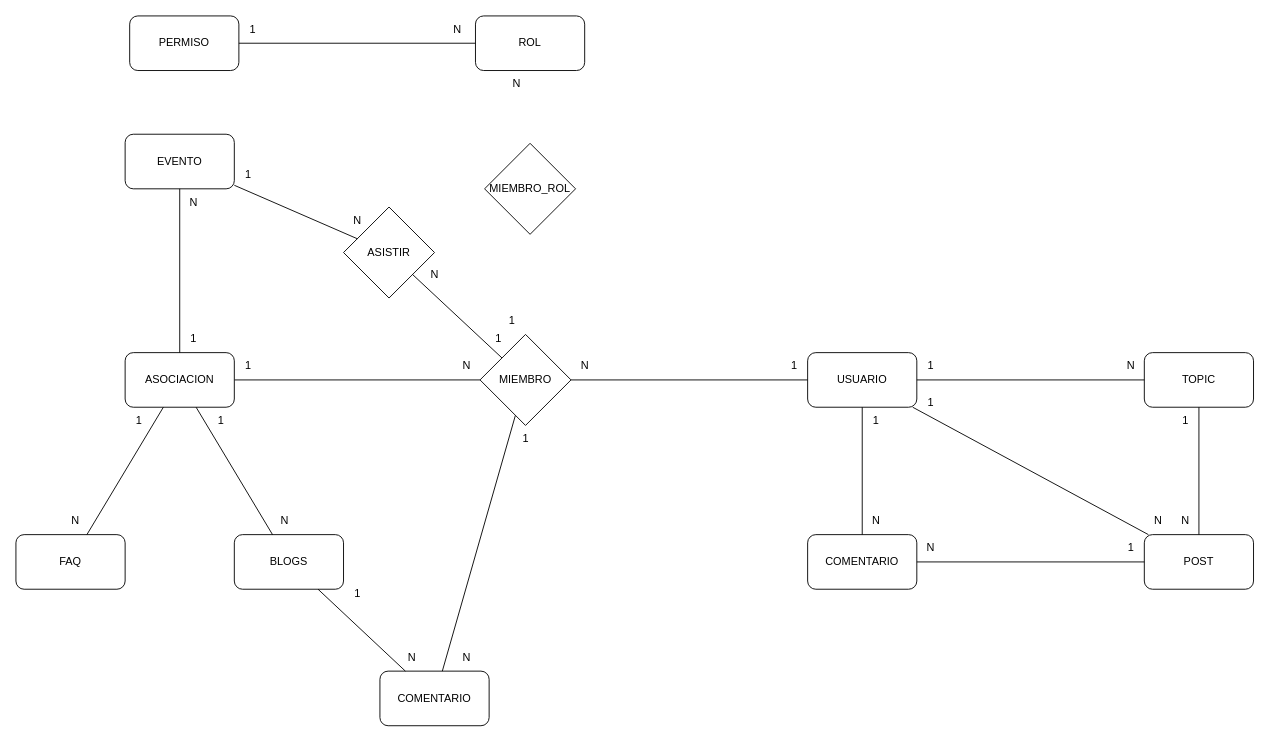
The draw.io diagram Base de Datos.drawio in NoeOrgaGutierrez/careconnect-back, before the edit. Source tidied: cells renumbered, new cells numbered last; positions are measured from the earlier drawing's top-left corner, leaving out a move shared by most shapes. Both pictures are drawn from the tidied source at 91%, with x=0, y=0 at pixel (15, 15).
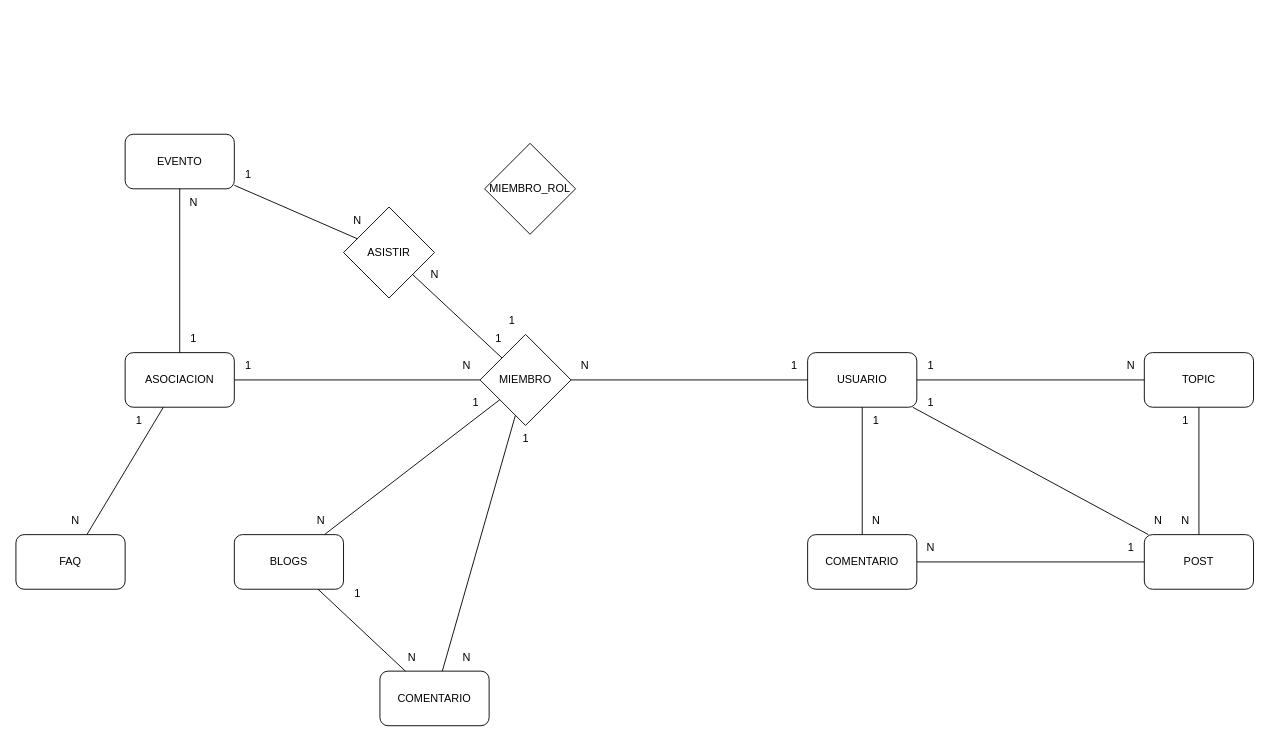
The same diagram, later.

Unchanged cells that the change refers to:
```xml
<mxCell id="3" value="ASOCIACION" style="rounded=1;whiteSpace=wrap;html=1;" parent="1" vertex="1">
  <mxGeometry x="120" y="370" width="120" height="60" as="geometry" />
</mxCell>
<mxCell id="6" value="BLOGS" style="rounded=1;whiteSpace=wrap;html=1;" parent="1" vertex="1">
  <mxGeometry x="240" y="570" width="120" height="60" as="geometry" />
</mxCell>
<mxCell id="54" value="MIEMBRO" style="rhombus;whiteSpace=wrap;html=1;" parent="1" vertex="1">
  <mxGeometry x="510" y="350" width="100" height="100" as="geometry" />
</mxCell>
```

The edit, as a diff of the source:
```diff
@@
-    <mxCell id="12" style="rounded=0;jettySize=auto;html=1;endArrow=none;endFill=0;" parent="1" edge="1" source="3" target="6">
-      <mxGeometry relative="1" as="geometry" />
-    </mxCell>
@@
-    <mxCell id="14" value="1" style="text;html=1;align=center;verticalAlign=middle;strokeColor=none;fillColor=none;" parent="1" vertex="1">
-      <mxGeometry x="210" y="430" width="30" height="30" as="geometry" />
-    </mxCell>
@@
-    <mxCell id="16" value="N" style="text;html=1;align=center;verticalAlign=middle;strokeColor=none;fillColor=none;" parent="1" vertex="1">
-      <mxGeometry x="280" y="540" width="30" height="30" as="geometry" />
-    </mxCell>
@@
-    <mxCell id="18" value="ROL" style="rounded=1;whiteSpace=wrap;html=1;" parent="1" vertex="1">
-      <mxGeometry x="505" width="120" height="60" as="geometry" />
-    </mxCell>
-    <mxCell id="19" value="PERMISO" style="rounded=1;whiteSpace=wrap;html=1;" parent="1" vertex="1">
-      <mxGeometry x="125" width="120" height="60" as="geometry" />
-    </mxCell>
@@
-    <mxCell id="45" style="rounded=0;jettySize=auto;html=1;endArrow=none;endFill=0;" parent="1" edge="1" source="18" target="19">
-      <mxGeometry relative="1" as="geometry" />
-    </mxCell>
@@
-    <mxCell id="47" value="N" style="text;html=1;align=center;verticalAlign=middle;strokeColor=none;fillColor=none;" parent="1" vertex="1">
-      <mxGeometry x="535" y="60" width="30" height="30" as="geometry" />
-    </mxCell>
-    <mxCell id="48" value="1" style="text;html=1;align=center;verticalAlign=middle;strokeColor=none;fillColor=none;" parent="1" vertex="1">
-      <mxGeometry x="245" width="30" height="30" as="geometry" />
-    </mxCell>
-    <mxCell id="49" value="N" style="text;html=1;align=center;verticalAlign=middle;strokeColor=none;fillColor=none;" parent="1" vertex="1">
-      <mxGeometry x="470" width="30" height="30" as="geometry" />
-    </mxCell>
@@
+    <mxCell id="63" style="rounded=0;jettySize=auto;html=1;endArrow=none;endFill=0;" parent="1" edge="1" source="6" target="54">
+      <mxGeometry relative="1" as="geometry" />
+    </mxCell>
+    <mxCell id="64" value="1" style="text;html=1;align=center;verticalAlign=middle;strokeColor=none;fillColor=none;" parent="1" vertex="1">
+      <mxGeometry x="490" y="410" width="30" height="30" as="geometry" />
+    </mxCell>
+    <mxCell id="65" value="N" style="text;html=1;align=center;verticalAlign=middle;strokeColor=none;fillColor=none;" parent="1" vertex="1">
+      <mxGeometry x="320" y="540" width="30" height="30" as="geometry" />
+    </mxCell>
```
